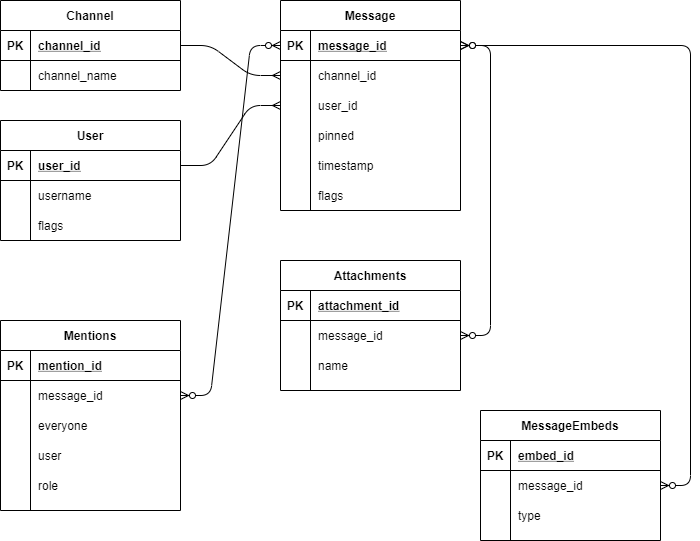
Earlier version of the draw.io export database_diagram.png (HybrisofChaos/discord-server-stats). Source tidied: cells renumbered, new cells last; positions are measured from the earlier drawing's top-left corner, leaving out a move shared by most shapes.
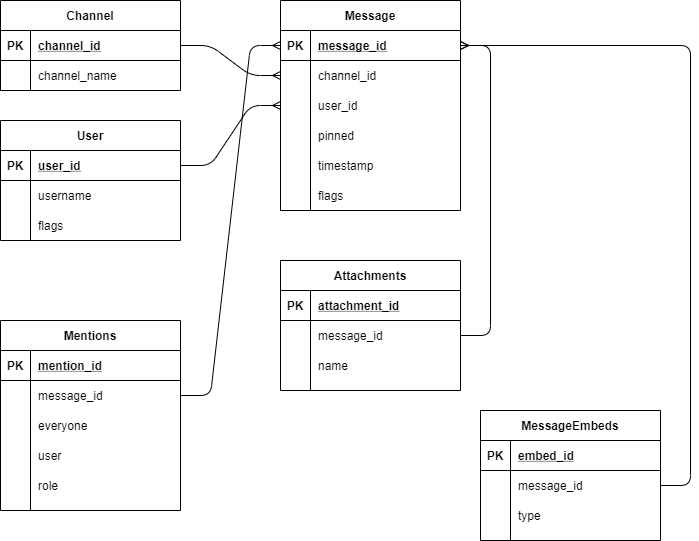
The same file after the commit.

What changed in the source:
```diff
@@ -146,12 +146,6 @@
     <mxCell id="49" value="role" style="shape=partialRectangle;fillColor=none;top=0;left=0;bottom=0;right=0;align=left;spacingLeft=6;overflow=hidden;" parent="1" vertex="1">
       <mxGeometry x="30" y="470" width="150" height="30" as="geometry" />
     </mxCell>
-    <mxCell id="50" style="edgeStyle=entityRelationEdgeStyle;fontSize=12;html=1;endArrow=ERzeroToMany;endFill=1;startArrow=ERzeroToMany;exitX=1;exitY=0.5;exitDx=0;exitDy=0;entryX=0;entryY=0.5;entryDx=0;entryDy=0;" parent="1" edge="1" source="40" target="20">
-      <mxGeometry relative="1" as="geometry" />
-    </mxCell>
-    <mxCell id="51" style="edgeStyle=entityRelationEdgeStyle;fontSize=12;html=1;endArrow=ERzeroToMany;endFill=1;startArrow=ERzeroToMany;exitX=1;exitY=0.5;exitDx=0;exitDy=0;" parent="1" edge="1" source="20" target="56">
-      <mxGeometry relative="1" as="geometry" />
-    </mxCell>
     <mxCell id="52" value="Attachments" style="shape=table;startSize=30;rowLines=0;fontStyle=1;align=center;" parent="1" vertex="1">
       <mxGeometry x="280" y="260" width="180" height="130" as="geometry" />
     </mxCell>
@@ -212,7 +206,13 @@
     <mxCell id="71" value="type" style="shape=partialRectangle;fillColor=none;top=0;left=0;bottom=0;right=0;align=left;spacingLeft=6;overflow=hidden;" parent="69" vertex="1">
       <mxGeometry x="30" width="150" height="30" as="geometry" />
     </mxCell>
+    <mxCell id="50" style="edgeStyle=entityRelationEdgeStyle;fontSize=12;html=1;endArrow=ERmany;exitX=1;exitY=0.5;exitDx=0;exitDy=0;entryX=0;entryY=0.5;entryDx=0;entryDy=0;" parent="1" edge="1" source="40" target="20">
+      <mxGeometry relative="1" as="geometry" />
+    </mxCell>
+    <mxCell id="73" style="edgeStyle=entityRelationEdgeStyle;fontSize=12;html=1;endArrow=ERmany;exitX=1;exitY=0.5;exitDx=0;exitDy=0;" parent="1" edge="1" source="56" target="20">
+      <mxGeometry relative="1" as="geometry" />
+    </mxCell>
-    <mxCell id="72" style="edgeStyle=entityRelationEdgeStyle;fontSize=12;html=1;endArrow=ERzeroToMany;endFill=1;startArrow=ERzeroToMany;exitX=1;exitY=0.5;exitDx=0;exitDy=0;" parent="1" edge="1" source="66" target="20">
+    <mxCell id="72" style="edgeStyle=entityRelationEdgeStyle;fontSize=12;html=1;endArrow=ERmany;exitX=1;exitY=0.5;exitDx=0;exitDy=0;" parent="1" edge="1" source="66" target="20">
       <mxGeometry relative="1" as="geometry" />
     </mxCell>
   </root>
```
